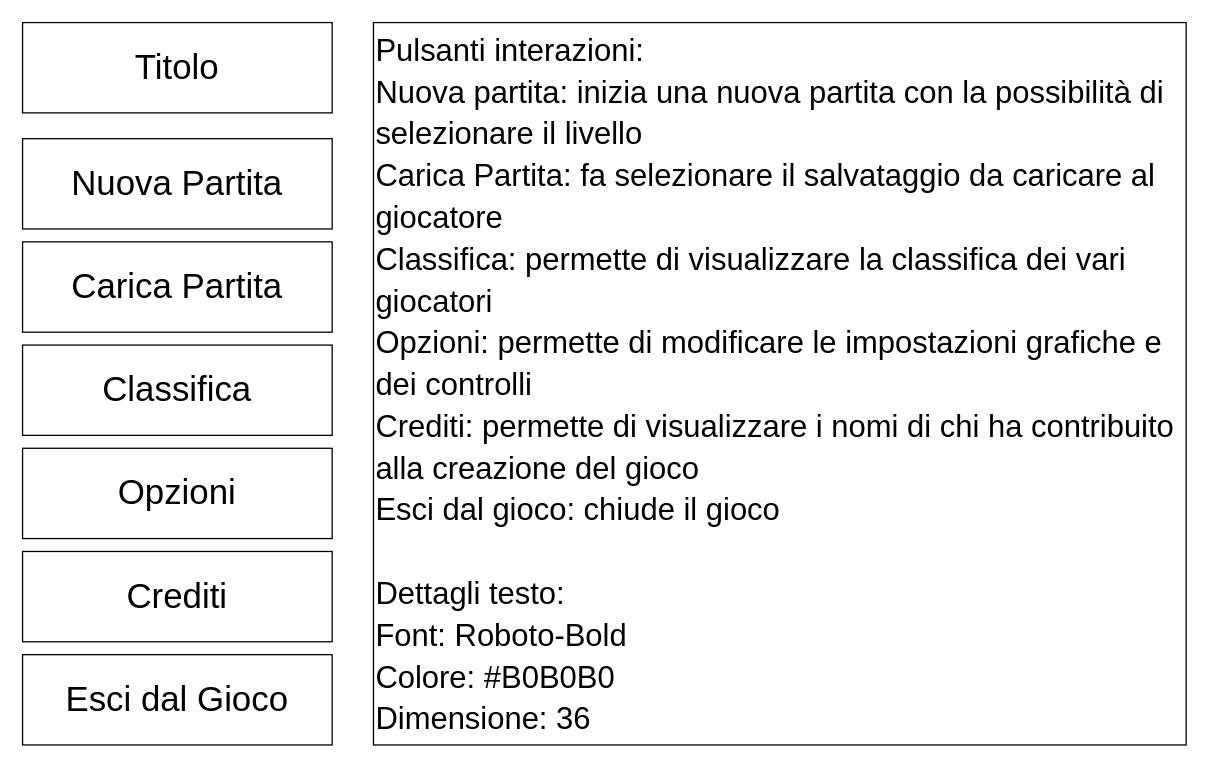
Before: doc/Progetti Drawio/StoryboardMenuIniziale.drawio in zSavT/Healthy-Catering, a draw.io diagram. Source tidied: cells renumbered, new cells numbered last; positions are measured from the earlier drawing's top-left corner, leaving out a move shared by most shapes. Both pictures are drawn from the tidied source at 129%, with x=0, y=0 at pixel (22, 22).
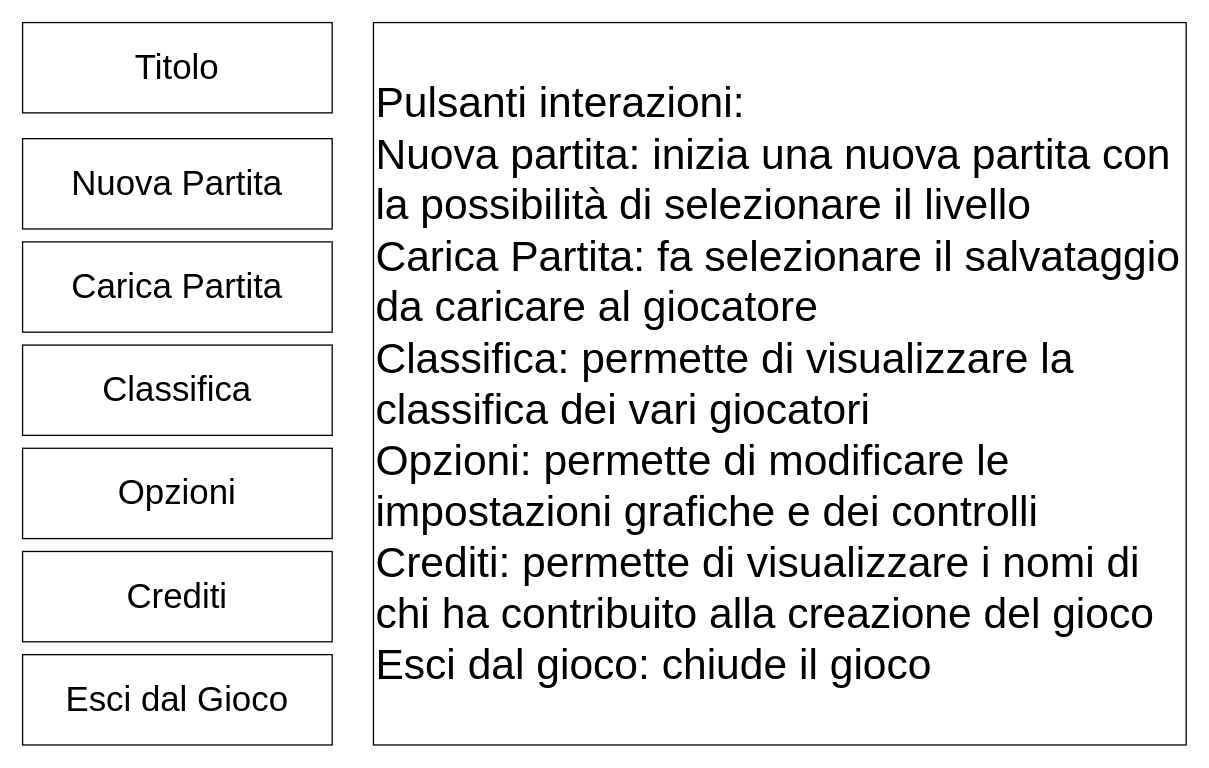
Above is the later version.

Commit message (it also covers changes not shown here):
rimossi i dettagli del testo dall'immagine

Diff of the diagram source:
```diff
@@
 <mxGraphModel>
   <root>
     <mxCell id="0" />
     <mxCell id="1" parent="0" />
     <mxCell id="2" value="Nuova Partita" style="rounded=0;whiteSpace=wrap;html=1;fontSize=27;" parent="1" vertex="1">
       <mxGeometry y="90" width="240" height="70" as="geometry" />
     </mxCell>
     <mxCell id="3" value="Carica Partita" style="rounded=0;whiteSpace=wrap;html=1;fontSize=27;" parent="1" vertex="1">
       <mxGeometry y="170" width="240" height="70" as="geometry" />
     </mxCell>
     <mxCell id="4" value="Classifica&lt;br style=&quot;font-size: 27px;&quot;&gt;" style="rounded=0;whiteSpace=wrap;html=1;fontSize=27;" parent="1" vertex="1">
       <mxGeometry y="250" width="240" height="70" as="geometry" />
     </mxCell>
     <mxCell id="5" value="Opzioni" style="rounded=0;whiteSpace=wrap;html=1;fontSize=27;" parent="1" vertex="1">
       <mxGeometry y="330" width="240" height="70" as="geometry" />
     </mxCell>
     <mxCell id="6" value="Crediti" style="rounded=0;whiteSpace=wrap;html=1;fontSize=27;" parent="1" vertex="1">
       <mxGeometry y="410" width="240" height="70" as="geometry" />
     </mxCell>
     <mxCell id="7" value="Esci dal Gioco" style="rounded=0;whiteSpace=wrap;html=1;fontSize=27;" parent="1" vertex="1">
       <mxGeometry y="490" width="240" height="70" as="geometry" />
     </mxCell>
-    <mxCell id="8" value="&lt;font style=&quot;font-size: 24px;&quot;&gt;Pulsanti interazioni:&lt;br&gt;Nuova partita: inizia una nuova partita con la possibilità di selezionare il livello&lt;br&gt;Carica Partita: fa selezionare il salvataggio da caricare al giocatore&lt;br&gt;Classifica: permette di visualizzare la classifica dei vari giocatori&lt;br&gt;Opzioni: permette di modificare le impostazioni grafiche e dei controlli&lt;br&gt;Crediti: permette di visualizzare i nomi di chi ha contribuito alla creazione del gioco&lt;br&gt;Esci dal gioco: chiude il gioco&lt;br&gt;&lt;br&gt;Dettagli testo:&lt;br&gt;Font: Roboto-Bold&lt;br&gt;Colore: #B0B0B0&lt;br&gt;Dimensione: 36&lt;br&gt;&lt;/font&gt;" style="rounded=0;whiteSpace=wrap;html=1;fontSize=27;align=left;" parent="1" vertex="1">
+    <mxCell id="8" value="&lt;font style=&quot;font-size: 33px;&quot;&gt;Pulsanti interazioni:&lt;br&gt;Nuova partita: inizia una nuova partita con la possibilità di selezionare il livello&lt;br&gt;Carica Partita: fa selezionare il salvataggio da caricare al giocatore&lt;br&gt;Classifica: permette di visualizzare la classifica dei vari giocatori&lt;br&gt;Opzioni: permette di modificare le impostazioni grafiche e dei controlli&lt;br&gt;Crediti: permette di visualizzare i nomi di chi ha contribuito alla creazione del gioco&lt;br&gt;Esci dal gioco: chiude il gioco&lt;br&gt;&lt;/font&gt;" style="rounded=0;whiteSpace=wrap;html=1;fontSize=27;align=left;" parent="1" vertex="1">
       <mxGeometry x="272" width="630" height="560" as="geometry" />
     </mxCell>
     <mxCell id="9" value="Titolo" style="rounded=0;whiteSpace=wrap;html=1;fontSize=27;" parent="1" vertex="1">
       <mxGeometry width="240" height="70" as="geometry" />
     </mxCell>
   </root>
 </mxGraphModel>
```
